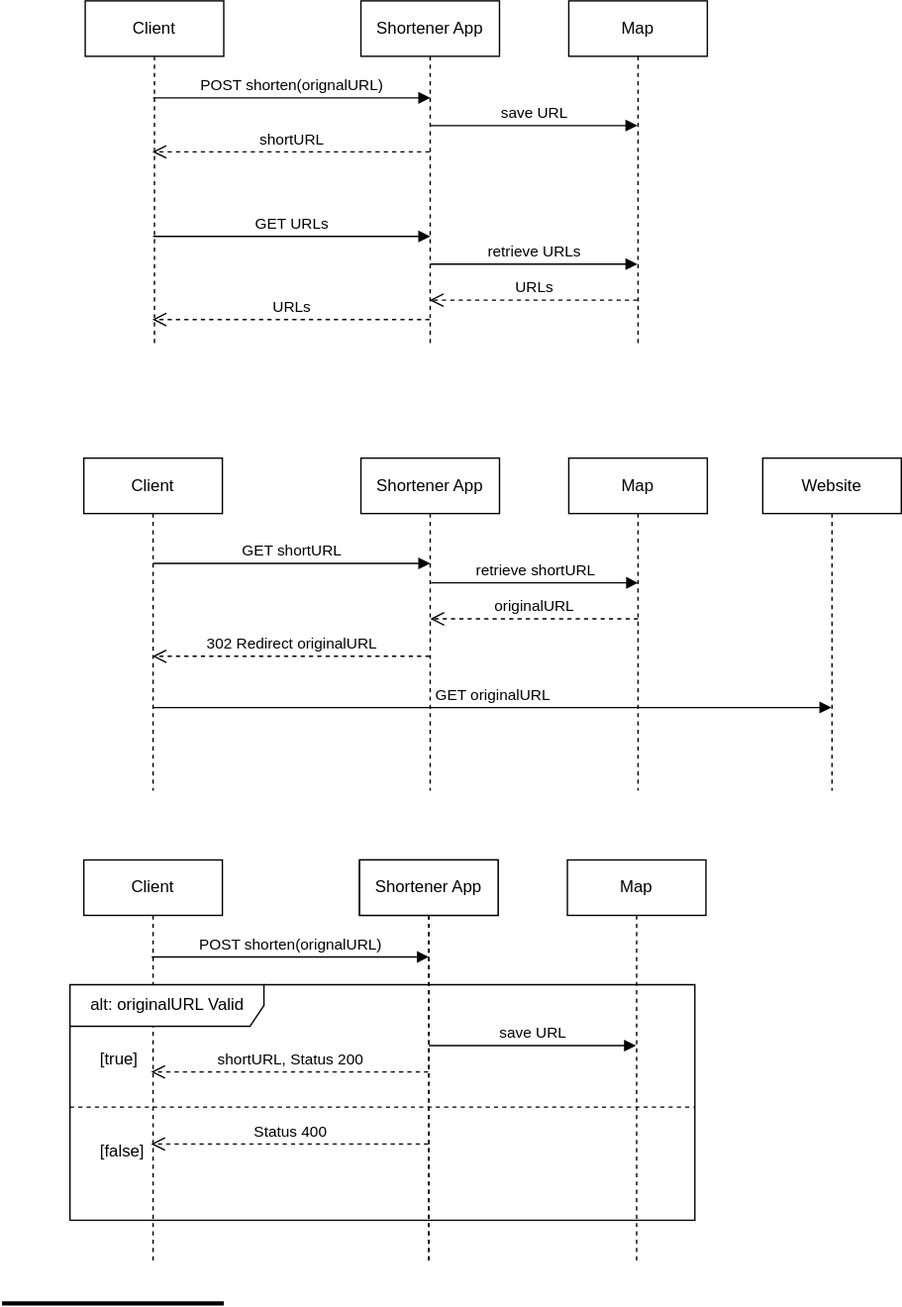
DavidZhaw/url-shortener-fs24 keeps this draw.io diagram as doc/figures/sequence-diagram.drawio.svg. Above is the earlier version. Source tidied: cells renumbered, new cells last; positions are measured from the earlier drawing's top-left corner, leaving out a move shared by most shapes.
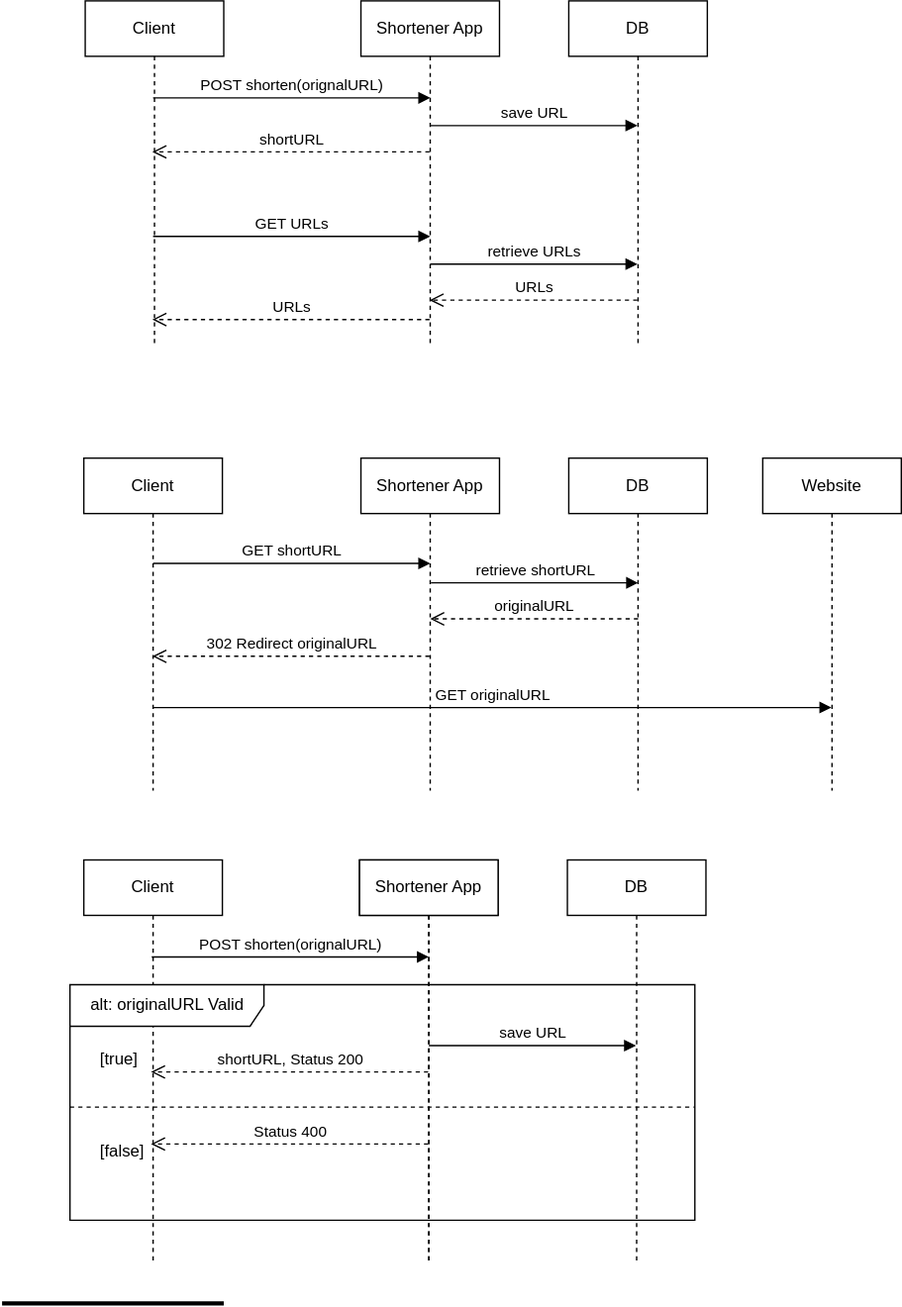
After the commit.

What changed in the source:
```diff
@@ -80,7 +80,7 @@
     <mxCell id="17" value="Website" style="shape=umlLifeline;perimeter=lifelinePerimeter;whiteSpace=wrap;html=1;outlineConnect=0;" parent="1" vertex="1">
       <mxGeometry x="549" y="330" width="100" height="240" as="geometry" />
     </mxCell>
-    <mxCell id="18" value="Map" style="shape=umlLifeline;perimeter=lifelinePerimeter;whiteSpace=wrap;html=1;outlineConnect=0;" parent="1" vertex="1">
+    <mxCell id="18" value="DB" style="shape=umlLifeline;perimeter=lifelinePerimeter;whiteSpace=wrap;html=1;outlineConnect=0;" parent="1" vertex="1">
       <mxGeometry x="409" width="100" height="250" as="geometry" />
     </mxCell>
     <mxCell id="19" value="URLs" style="html=1;verticalAlign=bottom;endArrow=open;dashed=1;endSize=8;" parent="1" edge="1">
@@ -89,7 +89,7 @@
         <mxPoint x="308.5" y="216" as="targetPoint" />
       </mxGeometry>
     </mxCell>
-    <mxCell id="20" value="Map" style="shape=umlLifeline;perimeter=lifelinePerimeter;whiteSpace=wrap;html=1;" parent="1" vertex="1">
+    <mxCell id="20" value="DB" style="shape=umlLifeline;perimeter=lifelinePerimeter;whiteSpace=wrap;html=1;" parent="1" vertex="1">
       <mxGeometry x="409" y="330" width="100" height="240" as="geometry" />
     </mxCell>
     <mxCell id="21" value="Client" style="shape=umlLifeline;perimeter=lifelinePerimeter;whiteSpace=wrap;html=1;" parent="1" vertex="1">
@@ -125,7 +125,7 @@
         <mxPoint x="308" y="690" as="targetPoint" />
       </mxGeometry>
     </mxCell>
-    <mxCell id="28" value="Map" style="shape=umlLifeline;perimeter=lifelinePerimeter;whiteSpace=wrap;html=1;" parent="1" vertex="1">
+    <mxCell id="28" value="DB" style="shape=umlLifeline;perimeter=lifelinePerimeter;whiteSpace=wrap;html=1;" parent="1" vertex="1">
       <mxGeometry x="408" y="620" width="100" height="290" as="geometry" />
     </mxCell>
     <mxCell id="29" value="alt: originalURL Valid" style="shape=umlFrame;tabWidth=110;tabHeight=30;tabPosition=left;html=1;boundedLbl=1;labelInHeader=1;width=140;height=30;" parent="1" vertex="1">
```
